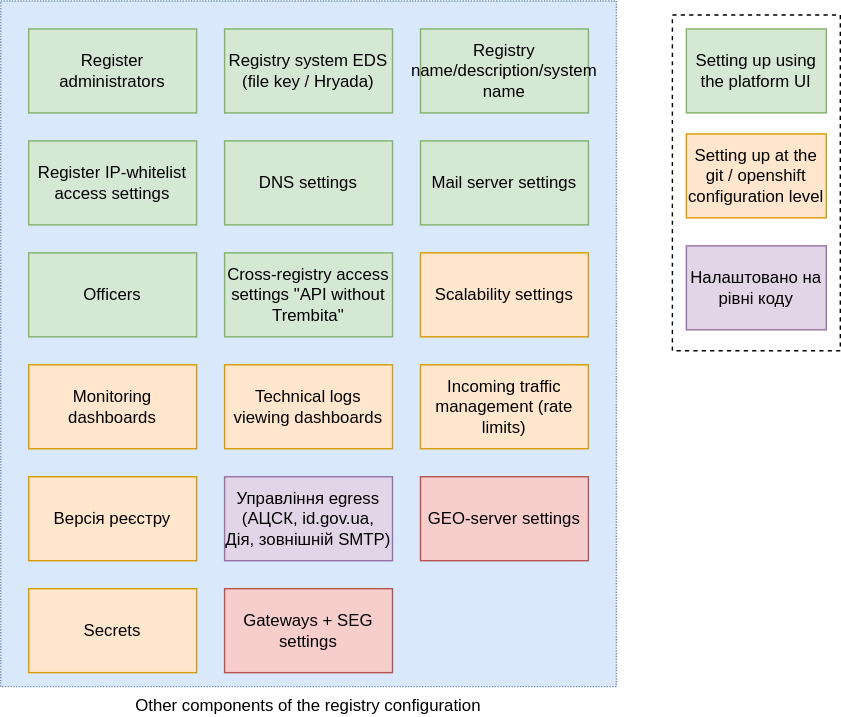
Earlier version of the draw.io export docs/en/modules/arch/images/architecture/platform/administrative/config-management/registry-configuration-structure.svg (epam/edp-ddm-architecture). Source tidied: cells renumbered, new cells last; positions are measured from the earlier drawing's top-left corner, leaving out a move shared by most shapes.
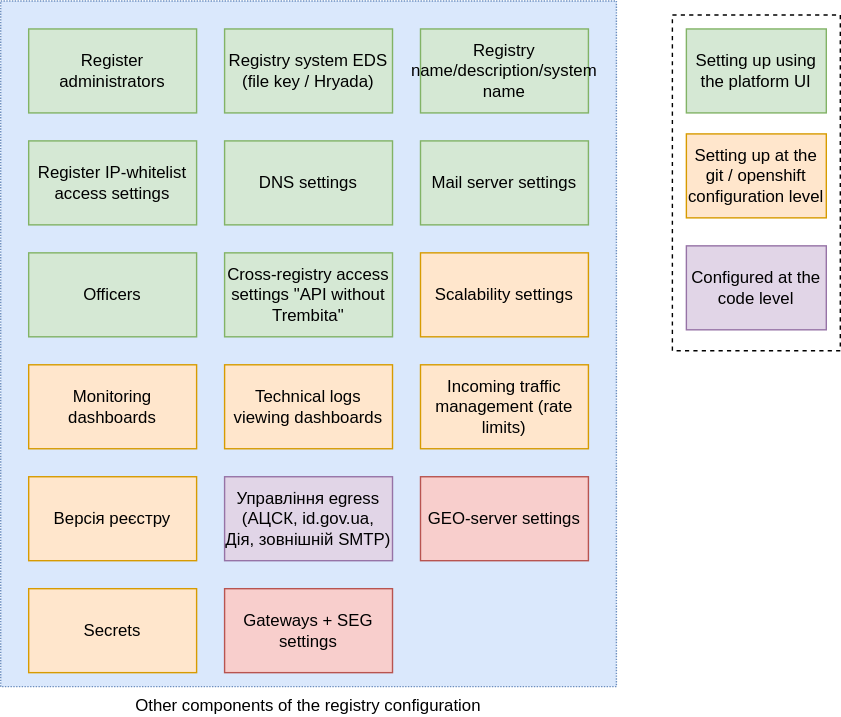
Later version of the same file.

Commit message:
[EDP-DDM-27399] Translated registry-configuration-structure.svg

Diff of the diagram source:
```diff
@@ -38,7 +38,7 @@
     <mxCell id="13" value="Setting up at the git / openshift configuration level" style="rounded=0;whiteSpace=wrap;html=1;fillColor=#ffe6cc;strokeColor=#d79b00;" parent="1" vertex="1">
       <mxGeometry x="490" y="95" width="100" height="60" as="geometry" />
     </mxCell>
-    <mxCell id="14" value="Налаштовано на рівні коду" style="rounded=0;whiteSpace=wrap;html=1;fillColor=#e1d5e7;strokeColor=#9673a6;" parent="1" vertex="1">
+    <mxCell id="14" value="Configured at the code level" style="rounded=0;whiteSpace=wrap;html=1;fillColor=#e1d5e7;strokeColor=#9673a6;" parent="1" vertex="1">
       <mxGeometry x="490" y="175" width="100" height="60" as="geometry" />
     </mxCell>
     <mxCell id="15" value="Версія реєстру" style="rounded=0;whiteSpace=wrap;html=1;fillColor=#ffe6cc;strokeColor=#d79b00;" parent="1" vertex="1">
```
